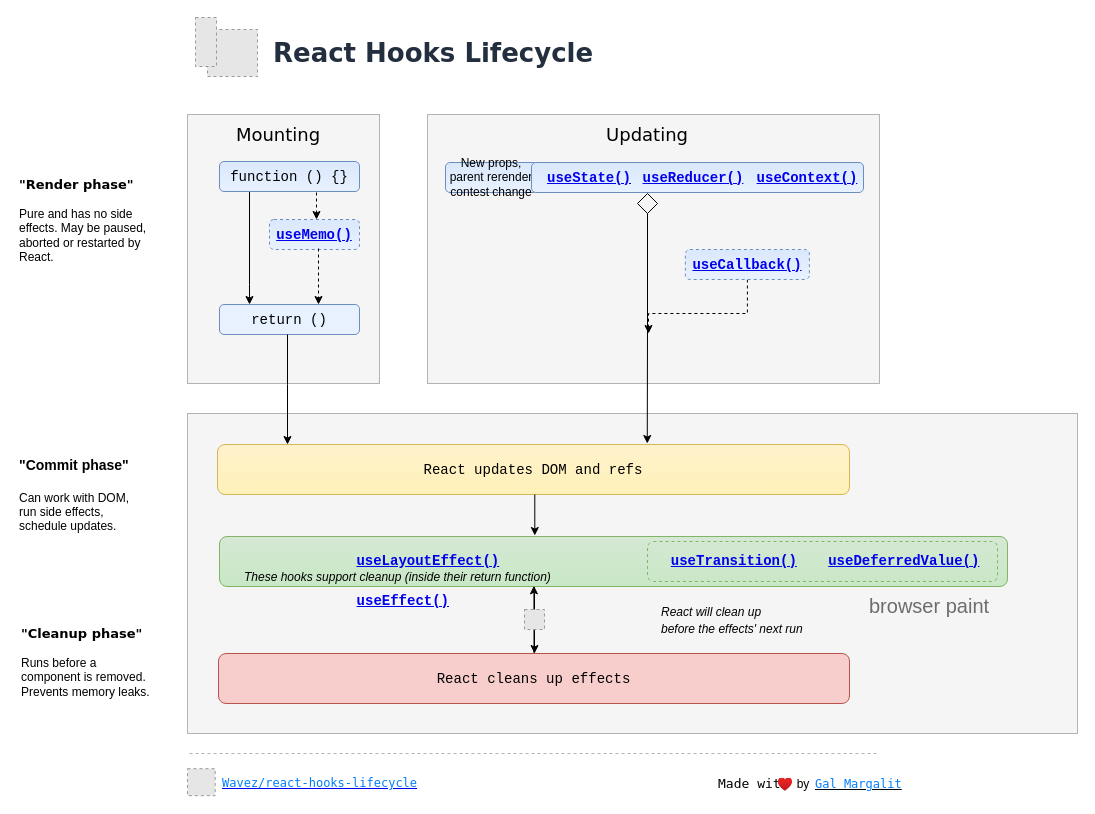
The draw.io diagram chart.drawio in Wavez/react-hooks-lifecycle, before the edit. Source tidied: cells renumbered, new cells numbered last; positions are measured from the earlier drawing's top-left corner, leaving out a move shared by most shapes. Both pictures are drawn from the tidied source at 100%, with x=0, y=0 at pixel (17, 17). Pictures stored in the file or linked from it are replaced by grey dashed boxes.
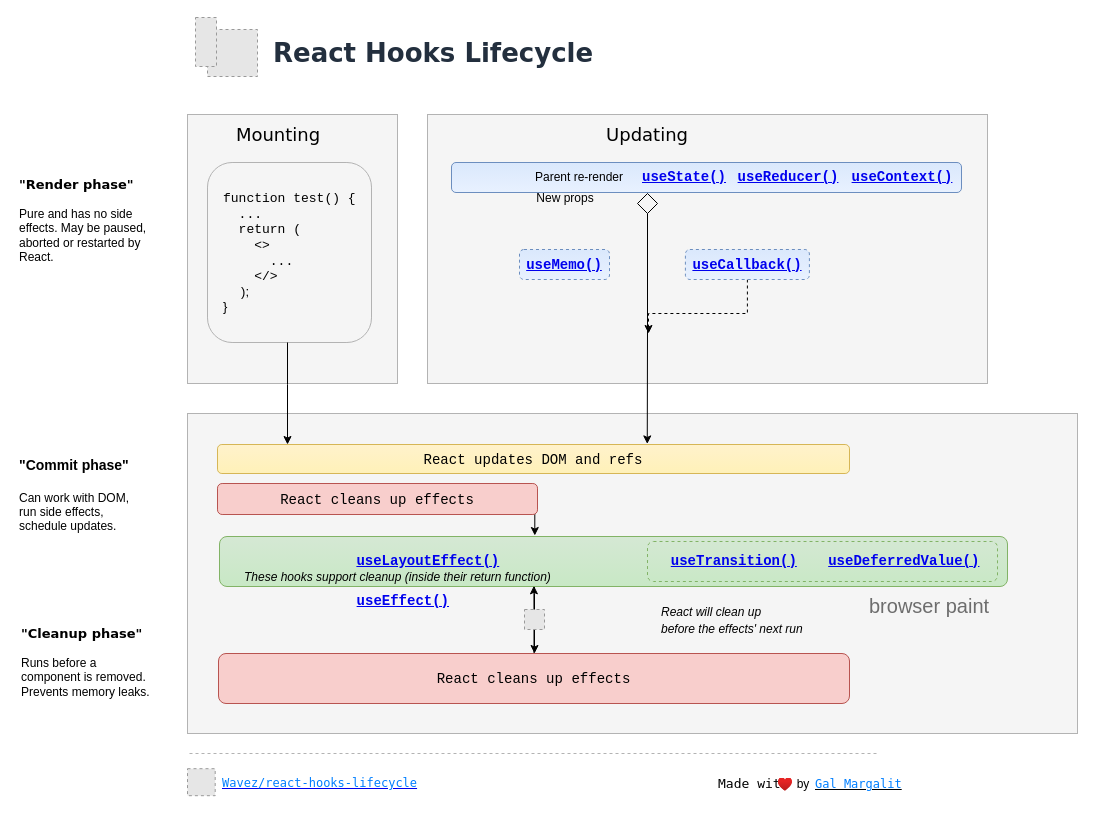
The same diagram, later.

Change to the diagram source:
```diff
@@
     <mxCell id="2" style="rounded=0;whiteSpace=wrap;html=1;fillColor=#f5f5f5;strokeColor=#B3B3B3;fontColor=#333333;" parent="1" vertex="1">
-      <mxGeometry x="170" y="97" width="192" height="269" as="geometry" />
+      <mxGeometry x="170" y="97" width="210" height="269" as="geometry" />
     </mxCell>
@@
-    <mxCell id="4" style="edgeStyle=orthogonalEdgeStyle;rounded=0;orthogonalLoop=1;jettySize=auto;html=1;" parent="1" edge="1">
-      <mxGeometry relative="1" as="geometry">
-        <mxPoint x="232" y="174" as="sourcePoint" />
-        <mxPoint x="232" y="287" as="targetPoint" />
-        <Array as="points">
-          <mxPoint x="232" y="267" />
-          <mxPoint x="232" y="267" />
-        </Array>
-      </mxGeometry>
-    </mxCell>
-    <mxCell id="5" value="&lt;h3 id=&quot;static-getderivedstatefromprops&quot;&gt;&lt;code style=&quot;font-weight: normal&quot;&gt;&lt;font style=&quot;font-size: 14px&quot;&gt;function () {}&lt;/font&gt;&lt;/code&gt;&lt;/h3&gt;" style="rounded=1;whiteSpace=wrap;html=1;fillColor=#dae8fc;strokeColor=#6c8ebf;gradientColor=#E8F1FF;" parent="1" vertex="1">
-      <mxGeometry x="202" y="144" width="140" height="30" as="geometry" />
-    </mxCell>
@@
     <mxCell id="8" style="rounded=0;whiteSpace=wrap;html=1;fillColor=#f5f5f5;strokeColor=#B3B3B3;fontColor=#333333;" parent="1" vertex="1">
-      <mxGeometry x="410" y="97" width="452" height="269" as="geometry" />
+      <mxGeometry x="410" y="97" width="560" height="269" as="geometry" />
     </mxCell>
@@
-    <mxCell id="10" value="New props,&lt;br&gt;parent rerender&lt;br&gt;contest change" style="rounded=1;whiteSpace=wrap;html=1;fillColor=#dae8fc;strokeColor=#6c8ebf;gradientColor=#E8F1FF;" parent="1" vertex="1">
-      <mxGeometry x="428" y="145" width="92" height="30" as="geometry" />
-    </mxCell>
@@
-    <mxCell id="12" value="&lt;h3 id=&quot;static-getderivedstatefromprops&quot;&gt;&lt;code&gt;&lt;font style=&quot;font-weight: normal ; font-size: 14px&quot;&gt;return ()&lt;/font&gt;&lt;/code&gt;&lt;/h3&gt;" style="rounded=1;whiteSpace=wrap;html=1;fillColor=#E8F1FF;strokeColor=#6c8ebf;" parent="1" vertex="1">
-      <mxGeometry x="202" y="287" width="140" height="30" as="geometry" />
-    </mxCell>
@@
     <mxCell id="15" value="&lt;h3 id=&quot;static-getderivedstatefromprops&quot;&gt;&lt;code&gt;&lt;font style=&quot;font-size: 14px&quot;&gt;&lt;a href=&quot;https://reactjs.org/docs/hooks-reference.html#usememo&quot;&gt;useMemo()&lt;/a&gt;&lt;/font&gt;&lt;/code&gt;&lt;/h3&gt;" style="rounded=1;whiteSpace=wrap;html=1;fillColor=#dae8fc;strokeColor=#6c8ebf;dashed=1;gradientColor=#E8F1FF;" parent="1" vertex="1">
-      <mxGeometry x="252" y="202" width="90" height="30" as="geometry" />
+      <mxGeometry x="502" y="232" width="90" height="30" as="geometry" />
     </mxCell>
     <mxCell id="16" value="&lt;h3 id=&quot;static-getderivedstatefromprops&quot;&gt;&lt;code style=&quot;font-weight: normal&quot;&gt;React updates DOM and refs&lt;/code&gt;&lt;/h3&gt;" style="rounded=1;whiteSpace=wrap;html=1;fillColor=#fff2cc;strokeColor=#d6b656;gradientColor=#FFF1B8;" parent="1" vertex="1">
-      <mxGeometry x="200" y="427" width="632" height="50" as="geometry" />
+      <mxGeometry x="200" y="427" width="632" height="29" as="geometry" />
     </mxCell>
@@
-    <mxCell id="19" style="edgeStyle=orthogonalEdgeStyle;rounded=0;orthogonalLoop=1;jettySize=auto;html=1;dashed=1;" parent="1" edge="1">
-      <mxGeometry relative="1" as="geometry">
-        <mxPoint x="299" y="175" as="sourcePoint" />
-        <mxPoint x="299" y="202" as="targetPoint" />
-      </mxGeometry>
-    </mxCell>
-    <mxCell id="20" style="edgeStyle=orthogonalEdgeStyle;rounded=0;orthogonalLoop=1;jettySize=auto;html=1;dashed=1;" parent="1" edge="1">
-      <mxGeometry relative="1" as="geometry">
-        <mxPoint x="301" y="231" as="sourcePoint" />
-        <mxPoint x="301" y="287" as="targetPoint" />
-      </mxGeometry>
-    </mxCell>
@@
     <mxCell id="25" style="group;spacing=2;" parent="1" vertex="1">
-      <mxGeometry x="494" y="145" width="404" height="30" as="geometry" />
+      <mxGeometry x="494" y="145" width="450" height="180" as="geometry" />
     </mxCell>
     <mxCell id="26" style="rounded=1;whiteSpace=wrap;html=1;fillColor=#dae8fc;strokeColor=#6c8ebf;gradientColor=#E8F1FF;" parent="25" vertex="1">
-      <mxGeometry x="20" width="332" height="30" as="geometry" />
+      <mxGeometry x="-60" width="510" height="30" as="geometry" />
     </mxCell>
     <mxCell id="27" value="&lt;h3 id=&quot;static-getderivedstatefromprops&quot;&gt;&lt;code&gt;&lt;font color=&quot;#3399ff&quot; style=&quot;font-size: 14px&quot;&gt;&lt;a href=&quot;https://reactjs.org/docs/hooks-reference.html#usestate&quot;&gt;useState()&lt;/a&gt;&lt;/font&gt;&lt;/code&gt;&lt;/h3&gt;" style="text;html=1;strokeColor=none;fillColor=none;align=center;verticalAlign=middle;whiteSpace=wrap;rounded=0;" parent="25" vertex="1">
-      <mxGeometry x="58" y="5" width="40" height="20" as="geometry" />
+      <mxGeometry x="153" y="4" width="40" height="20" as="geometry" />
     </mxCell>
     <mxCell id="28" value="&lt;h3 id=&quot;static-getderivedstatefromprops&quot;&gt;&lt;code&gt;&lt;font color=&quot;#3399ff&quot; style=&quot;font-size: 14px&quot;&gt;&lt;a href=&quot;https://reactjs.org/docs/hooks-reference.html#usereducer&quot;&gt;useReducer()&lt;/a&gt;&lt;/font&gt;&lt;/code&gt;&lt;/h3&gt;" style="text;html=1;strokeColor=none;fillColor=none;align=center;verticalAlign=middle;whiteSpace=wrap;rounded=0;" parent="25" vertex="1">
-      <mxGeometry x="162" y="5" width="40" height="20" as="geometry" />
+      <mxGeometry x="257" y="4" width="40" height="20" as="geometry" />
     </mxCell>
     <mxCell id="29" value="&lt;h3 id=&quot;static-getderivedstatefromprops&quot;&gt;&lt;code&gt;&lt;font color=&quot;#3399ff&quot; style=&quot;font-size: 14px&quot;&gt;&lt;a href=&quot;https://reactjs.org/docs/hooks-reference.html#usecontext&quot; style=&quot;line-height: 1&quot;&gt;useContext()&lt;/a&gt;&lt;/font&gt;&lt;/code&gt;&lt;/h3&gt;" style="text;html=1;strokeColor=none;fillColor=none;align=center;verticalAlign=middle;whiteSpace=wrap;rounded=0;" parent="25" vertex="1">
-      <mxGeometry x="275.5" y="5" width="40" height="20" as="geometry" />
+      <mxGeometry x="370.5" y="4" width="40" height="20" as="geometry" />
     </mxCell>
+    <mxCell id="12" value="&lt;h3 id=&quot;static-getderivedstatefromprops&quot; style=&quot;font-size: 13px&quot;&gt;&lt;span style=&quot;font-weight: normal ; line-height: 1&quot;&gt;&lt;code&gt;&lt;font style=&quot;font-size: 13px&quot;&gt;function test() {&lt;br&gt;&amp;nbsp; ...&lt;br&gt;&amp;nbsp; return (&lt;br&gt;&amp;nbsp; &amp;nbsp; &amp;lt;&amp;gt;&lt;br&gt;&amp;nbsp; &amp;nbsp; &amp;nbsp; ...&lt;br&gt;&amp;nbsp; &amp;nbsp; &amp;lt;/&amp;gt;&lt;br&gt;&lt;/font&gt;&lt;/code&gt;&lt;span&gt;&amp;nbsp; &amp;nbsp; &amp;nbsp;);&lt;br&gt;}&lt;/span&gt;&lt;/span&gt;&lt;/h3&gt;" style="rounded=1;whiteSpace=wrap;html=1;fillColor=none;strokeColor=#B3B3B3;align=left;spacingLeft=14;" parent="25" vertex="1">
+      <mxGeometry x="-304" width="164" height="180" as="geometry" />
+    </mxCell>
@@
+    <mxCell id="54" value="&lt;h3 id=&quot;static-getderivedstatefromprops&quot;&gt;&lt;code style=&quot;font-weight: normal&quot;&gt;React cleans up effects&lt;/code&gt;&lt;/h3&gt;" style="rounded=1;whiteSpace=wrap;html=1;fillColor=#f8cecc;strokeColor=#b85450;" parent="1" vertex="1">
+      <mxGeometry x="200" y="466" width="320" height="31" as="geometry" />
+    </mxCell>
+    <mxCell id="55" value="Parent re-render" style="rounded=1;whiteSpace=wrap;html=1;fillColor=none;strokeColor=none;gradientColor=#E8F1FF;" parent="1" vertex="1">
+      <mxGeometry x="512" y="145" width="100" height="30" as="geometry" />
+    </mxCell>
+    <mxCell id="10" value="&lt;font style=&quot;font-size: 12px&quot;&gt;New props&lt;/font&gt;" style="rounded=1;whiteSpace=wrap;html=1;fillColor=none;strokeColor=none;gradientColor=#E8F1FF;align=center;spacingLeft=0;" parent="1" vertex="1">
+      <mxGeometry x="502" y="166" width="92" height="30" as="geometry" />
+    </mxCell>
```
